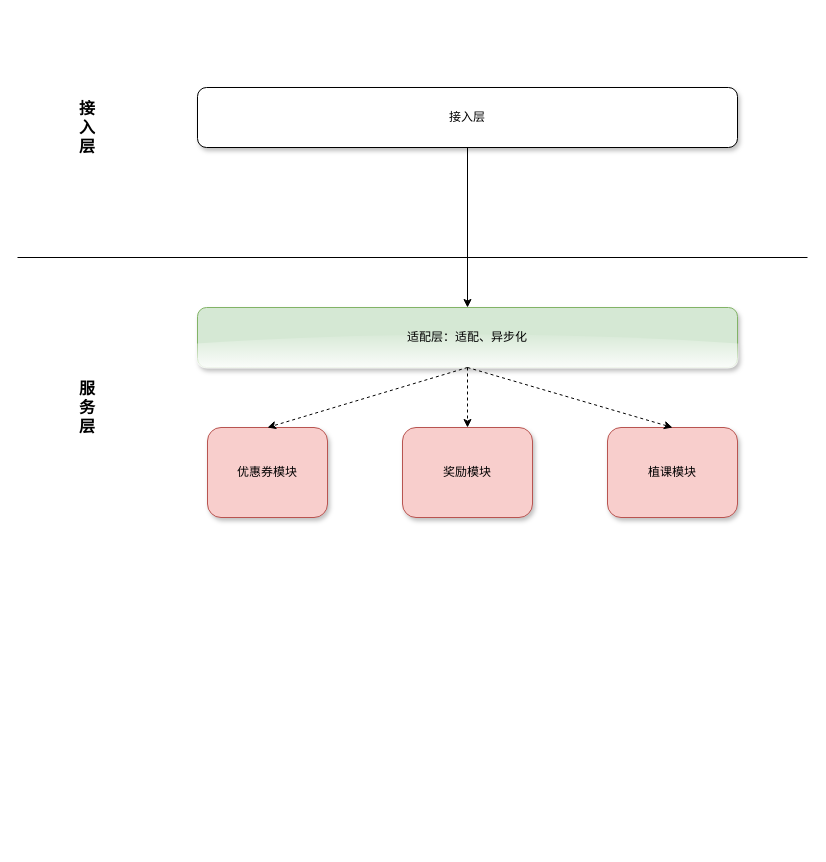
Above: png/Untitled Diagram.drawio in felixfong/illustrations (draw.io), before the change. Source tidied: cells renumbered, new cells numbered last; positions are measured from the earlier drawing's top-left corner, leaving out a move shared by most shapes. Both pictures are drawn from the tidied source at 100%, with x=0, y=0 at pixel (17, 17).
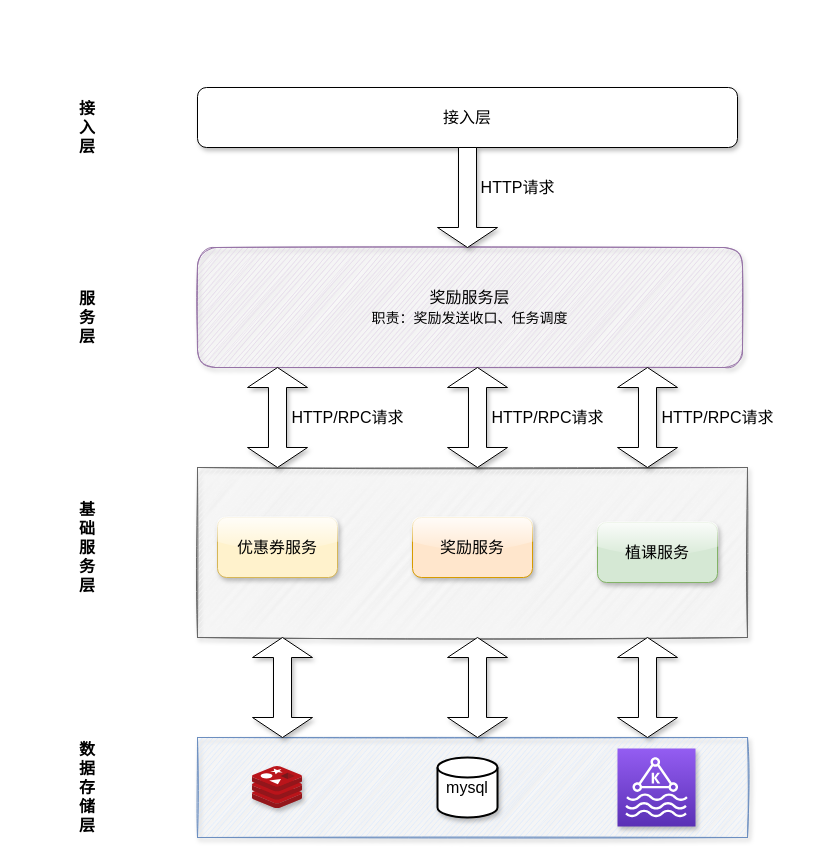
The same page after the edit.

What changed in the source:
```diff
@@
-    <mxCell id="2" value="优惠券模块" style="rounded=1;whiteSpace=wrap;html=1;fillColor=#f8cecc;strokeColor=#b85450;shadow=1;" parent="1" vertex="1">
-      <mxGeometry x="190" y="410" width="120" height="90" as="geometry" />
-    </mxCell>
-    <mxCell id="3" value="奖励模块" style="rounded=1;whiteSpace=wrap;html=1;fillColor=#f8cecc;strokeColor=#b85450;shadow=1;" parent="1" vertex="1">
-      <mxGeometry x="385" y="410" width="130" height="90" as="geometry" />
-    </mxCell>
-    <mxCell id="4" value="植课模块" style="rounded=1;whiteSpace=wrap;html=1;fillColor=#f8cecc;strokeColor=#b85450;shadow=1;sketch=0;" parent="1" vertex="1">
-      <mxGeometry x="590" y="410" width="130" height="90" as="geometry" />
-    </mxCell>
-    <mxCell id="5" value="适配层：适配、异步化" style="rounded=1;whiteSpace=wrap;html=1;fillColor=#d5e8d4;strokeColor=#82b366;flipH=0;flipV=1;shadow=1;glass=1;sketch=0;" parent="1" vertex="1">
-      <mxGeometry x="180" y="290" width="540" height="60" as="geometry" />
-    </mxCell>
-    <mxCell id="6" style="endArrow=none;html=1;rounded=0;" parent="1" edge="1">
-      <mxGeometry relative="1" as="geometry">
-        <mxPoint y="240" as="sourcePoint" />
-        <mxPoint x="790" y="240" as="targetPoint" />
-      </mxGeometry>
-    </mxCell>
     <mxCell id="7" value="&lt;font style=&quot;font-size: 16px;&quot;&gt;服&lt;br style=&quot;&quot;&gt;务&lt;br style=&quot;&quot;&gt;层&lt;/font&gt;" style="text;html=1;strokeColor=none;fillColor=none;align=center;verticalAlign=middle;whiteSpace=wrap;rounded=0;fontSize=14;fontStyle=1;" parent="1" vertex="1">
-      <mxGeometry x="40" y="280" width="60" height="220" as="geometry" />
+      <mxGeometry x="40" y="210" width="60" height="180" as="geometry" />
     </mxCell>
-    <mxCell id="8" style="endArrow=classic;html=1;rounded=0;fontSize=16;entryX=0.5;entryY=0;entryDx=0;entryDy=0;exitX=0.5;exitY=1;exitDx=0;exitDy=0;dashed=1;" parent="1" edge="1" source="5" target="2">
-      <mxGeometry relative="1" as="geometry" />
-    </mxCell>
-    <mxCell id="9" style="endArrow=classic;html=1;rounded=0;fontSize=16;entryX=0.5;entryY=0;entryDx=0;entryDy=0;exitX=0.5;exitY=1;exitDx=0;exitDy=0;dashed=1;" parent="1" edge="1" source="5" target="3">
-      <mxGeometry relative="1" as="geometry" />
-    </mxCell>
-    <mxCell id="10" style="endArrow=classic;html=1;rounded=0;fontSize=16;entryX=0.5;entryY=0;entryDx=0;entryDy=0;dashed=1;" parent="1" edge="1" target="4">
-      <mxGeometry relative="1" as="geometry">
-        <mxPoint x="450" y="350" as="sourcePoint" />
-      </mxGeometry>
-    </mxCell>
@@
-    <mxCell id="12" value="接入层" style="rounded=1;whiteSpace=wrap;html=1;flipH=0;flipV=1;shadow=1;glass=0;sketch=0;" parent="1" vertex="1">
+    <mxCell id="12" value="&lt;font style=&quot;font-size: 16px;&quot;&gt;接入层&lt;/font&gt;" style="rounded=1;whiteSpace=wrap;html=1;flipH=0;flipV=1;shadow=1;glass=0;sketch=0;" parent="1" vertex="1">
       <mxGeometry x="180" y="70" width="540" height="60" as="geometry" />
     </mxCell>
-    <mxCell id="13" style="endArrow=classic;html=1;rounded=0;fontSize=16;entryX=0.5;entryY=0;entryDx=0;entryDy=0;exitX=0.5;exitY=1;exitDx=0;exitDy=0;" parent="1" edge="1" source="12" target="5">
-      <mxGeometry relative="1" as="geometry" />
-    </mxCell>
+    <mxCell id="14" value="奖励服务层 &lt;br&gt;&lt;font style=&quot;font-size: 14px;&quot;&gt;职责：奖励发送收口、任务调度&lt;/font&gt;" style="rounded=1;whiteSpace=wrap;html=1;shadow=1;glass=0;sketch=1;fontSize=16;fillColor=#e1d5e7;strokeColor=#9673a6;" parent="1" vertex="1">
+      <mxGeometry x="180" y="230" width="545" height="120" as="geometry" />
+    </mxCell>
+    <mxCell id="15" value="数&lt;br&gt;据&lt;br&gt;存&lt;br&gt;储&lt;br&gt;层" style="text;html=1;strokeColor=none;fillColor=none;align=center;verticalAlign=middle;whiteSpace=wrap;rounded=0;shadow=1;glass=0;sketch=0;fontSize=16;fontStyle=1;" parent="1" vertex="1">
+      <mxGeometry x="50" y="720" width="40" height="100" as="geometry" />
+    </mxCell>
+    <mxCell id="16" value="基&lt;br&gt;础&lt;br&gt;服&lt;br&gt;务&lt;br&gt;层" style="text;html=1;strokeColor=none;fillColor=none;align=center;verticalAlign=middle;whiteSpace=wrap;rounded=0;shadow=1;glass=0;sketch=0;fontSize=16;fontStyle=1;" parent="1" vertex="1">
+      <mxGeometry x="45" y="470" width="50" height="120" as="geometry" />
+    </mxCell>
+    <mxCell id="17" style="rounded=0;whiteSpace=wrap;html=1;shadow=1;glass=0;sketch=1;fontSize=16;fillColor=#dae8fc;strokeColor=#6c8ebf;" parent="1" vertex="1">
+      <mxGeometry x="180" y="720" width="550" height="100" as="geometry" />
+    </mxCell>
+    <mxCell id="18" style="sketch=0;fontColor=#232F3E;gradientColor=#945DF2;gradientDirection=north;fillColor=#5A30B5;strokeColor=#ffffff;dashed=0;verticalLabelPosition=bottom;verticalAlign=top;align=center;html=1;fontSize=12;fontStyle=0;shape=mxgraph.aws4.resourceIcon;resIcon=mxgraph.aws4.managed_streaming_for_kafka;rounded=0;shadow=1;glass=0;" parent="1" vertex="1">
+      <mxGeometry x="600" y="731" width="78" height="78" as="geometry" />
+    </mxCell>
+    <mxCell id="19" style="sketch=0;html=1;align=center;image;fontSize=12;image=img/lib/mscae/Cache_Redis_Product.svg;rounded=0;shadow=1;glass=0;" parent="1" vertex="1">
+      <mxGeometry x="235" y="749" width="50" height="42" as="geometry" />
+    </mxCell>
+    <mxCell id="20" value="mysql" style="strokeWidth=2;html=1;shape=mxgraph.flowchart.database;whiteSpace=wrap;rounded=0;shadow=1;glass=0;sketch=0;fontSize=16;" parent="1" vertex="1">
+      <mxGeometry x="420" y="740" width="60" height="60" as="geometry" />
+    </mxCell>
+    <mxCell id="21" style="rounded=0;whiteSpace=wrap;html=1;shadow=1;glass=0;sketch=1;fontSize=16;fillColor=#f5f5f5;fontColor=#333333;strokeColor=#666666;" parent="1" vertex="1">
+      <mxGeometry x="180" y="450" width="550" height="170" as="geometry" />
+    </mxCell>
+    <mxCell id="22" value="优惠券服务" style="rounded=1;whiteSpace=wrap;html=1;shadow=1;glass=1;sketch=0;fontSize=16;fillColor=#fff2cc;strokeColor=#d6b656;" parent="1" vertex="1">
+      <mxGeometry x="200" y="500" width="120" height="60" as="geometry" />
+    </mxCell>
+    <mxCell id="23" value="奖励服务" style="rounded=1;whiteSpace=wrap;html=1;shadow=1;glass=1;sketch=0;fontSize=16;fillColor=#ffe6cc;strokeColor=#d79b00;" parent="1" vertex="1">
+      <mxGeometry x="395" y="500" width="120" height="60" as="geometry" />
+    </mxCell>
+    <mxCell id="24" value="植课服务" style="rounded=1;whiteSpace=wrap;html=1;shadow=1;glass=1;sketch=0;fontSize=16;fillColor=#d5e8d4;strokeColor=#82b366;" parent="1" vertex="1">
+      <mxGeometry x="580" y="505" width="120" height="60" as="geometry" />
+    </mxCell>
+    <mxCell id="25" style="shape=singleArrow;direction=south;whiteSpace=wrap;html=1;rounded=0;shadow=1;glass=0;sketch=0;fontSize=16;" parent="1" vertex="1">
+      <mxGeometry x="420" y="130" width="60" height="100" as="geometry" />
+    </mxCell>
+    <mxCell id="26" value="HTTP请求" style="text;html=1;align=center;verticalAlign=middle;strokeColor=none;fillColor=none;fontSize=16;" parent="1" vertex="1">
+      <mxGeometry x="450" y="155" width="100" height="30" as="geometry" />
+    </mxCell>
+    <mxCell id="27" style="shape=doubleArrow;direction=south;whiteSpace=wrap;html=1;rounded=0;shadow=1;glass=0;sketch=0;fontSize=16;" parent="1" vertex="1">
+      <mxGeometry x="230" y="350" width="60" height="100" as="geometry" />
+    </mxCell>
+    <mxCell id="28" style="shape=doubleArrow;direction=south;whiteSpace=wrap;html=1;rounded=0;shadow=1;glass=0;sketch=0;fontSize=16;" parent="1" vertex="1">
+      <mxGeometry x="430" y="350" width="60" height="100" as="geometry" />
+    </mxCell>
+    <mxCell id="29" style="shape=doubleArrow;direction=south;whiteSpace=wrap;html=1;rounded=0;shadow=1;glass=0;sketch=0;fontSize=16;" parent="1" vertex="1">
+      <mxGeometry x="600" y="350" width="60" height="100" as="geometry" />
+    </mxCell>
+    <mxCell id="30" value="HTTP/RPC请求" style="text;html=1;align=center;verticalAlign=middle;strokeColor=none;fillColor=none;fontSize=16;" parent="1" vertex="1">
+      <mxGeometry x="260" y="385" width="140" height="30" as="geometry" />
+    </mxCell>
+    <mxCell id="31" value="HTTP/RPC请求" style="text;html=1;align=center;verticalAlign=middle;strokeColor=none;fillColor=none;fontSize=16;" parent="1" vertex="1">
+      <mxGeometry x="460" y="385" width="140" height="30" as="geometry" />
+    </mxCell>
+    <mxCell id="32" value="HTTP/RPC请求" style="text;html=1;align=center;verticalAlign=middle;strokeColor=none;fillColor=none;fontSize=16;" parent="1" vertex="1">
+      <mxGeometry x="630" y="385" width="140" height="30" as="geometry" />
+    </mxCell>
+    <mxCell id="33" style="edgeStyle=orthogonalEdgeStyle;rounded=0;orthogonalLoop=1;jettySize=auto;html=1;exitX=0.5;exitY=1;exitDx=0;exitDy=0;fontSize=16;" parent="1" edge="1" source="21" target="21">
+      <mxGeometry relative="1" as="geometry" />
+    </mxCell>
+    <mxCell id="34" style="shape=doubleArrow;direction=south;whiteSpace=wrap;html=1;rounded=0;shadow=1;glass=0;sketch=0;fontSize=16;" parent="1" vertex="1">
+      <mxGeometry x="235" y="620" width="60" height="100" as="geometry" />
+    </mxCell>
+    <mxCell id="35" style="shape=doubleArrow;direction=south;whiteSpace=wrap;html=1;rounded=0;shadow=1;glass=0;sketch=0;fontSize=16;" parent="1" vertex="1">
+      <mxGeometry x="430" y="620" width="60" height="100" as="geometry" />
+    </mxCell>
+    <mxCell id="36" style="shape=doubleArrow;direction=south;whiteSpace=wrap;html=1;rounded=0;shadow=1;glass=0;sketch=0;fontSize=16;" parent="1" vertex="1">
+      <mxGeometry x="600" y="620" width="60" height="100" as="geometry" />
+    </mxCell>
```
